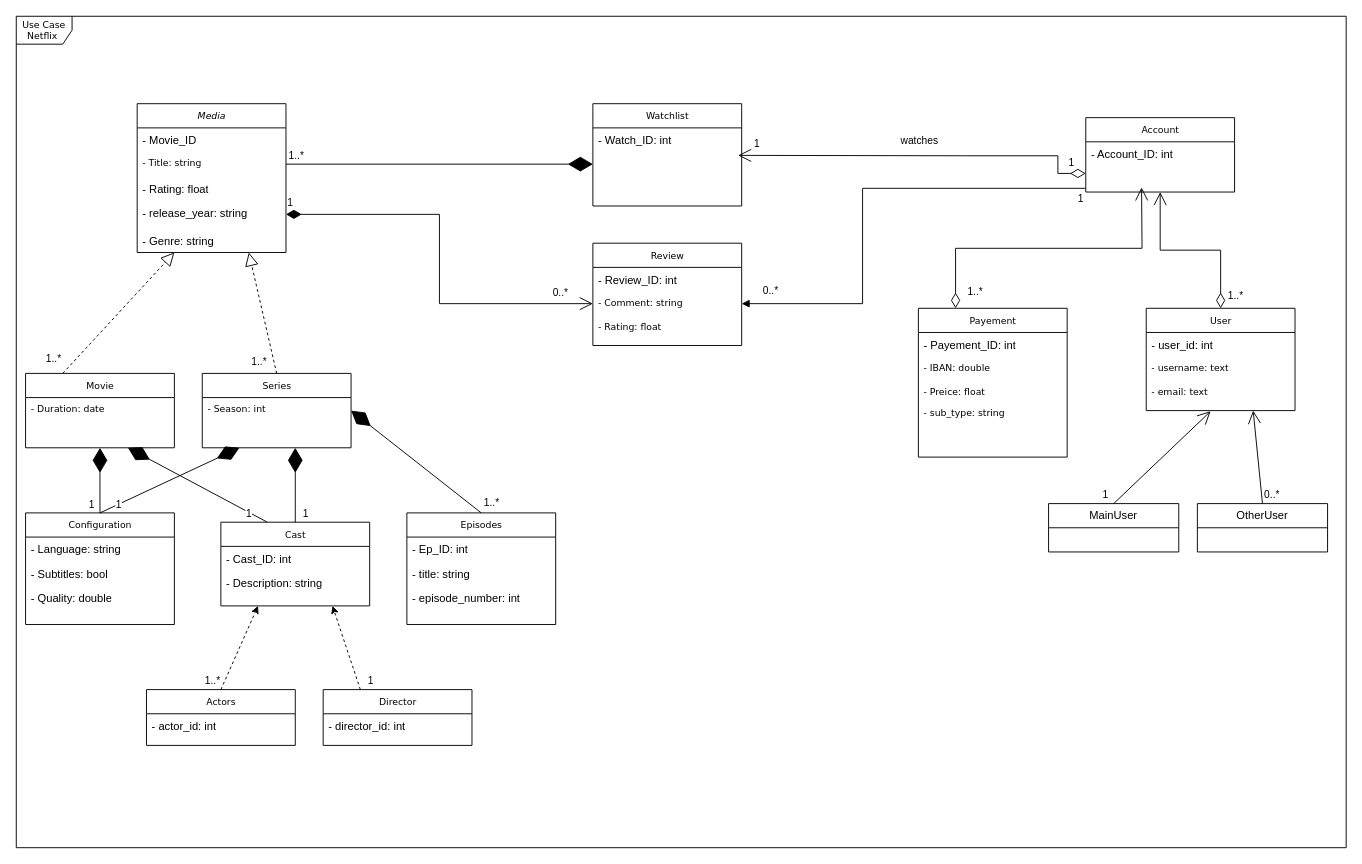
Before: draw_io/uml_data_eng_project_1.drawio in KevinGarrison/DataEngineeringProjects, a draw.io diagram. Source tidied: cells renumbered, new cells numbered last; positions are measured from the earlier drawing's top-left corner, leaving out a move shared by most shapes. Both pictures are drawn from the tidied source at 93%, with x=0, y=0 at pixel (16, 16).
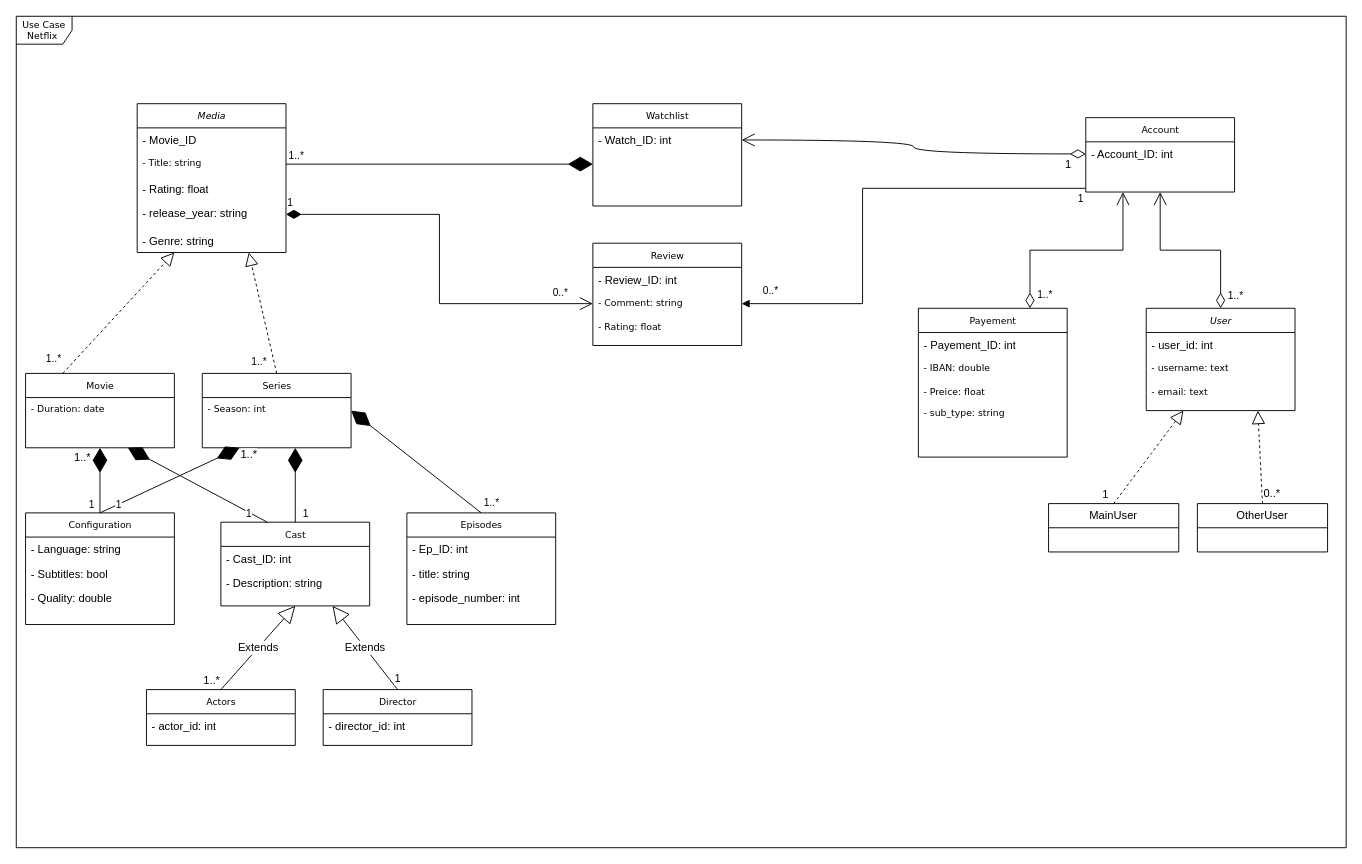
Above is the later version.

The change refers to these unchanged cells:
```xml
<mxCell id="24" value="- Watch_ID: int" style="text;html=1;strokeColor=none;fillColor=none;align=left;verticalAlign=top;spacingLeft=4;spacingRight=4;whiteSpace=wrap;overflow=hidden;points=[[0,0.5],[1,0.5]];portConstraint=eastwest;" parent="23" vertex="1">
  <mxGeometry y="26" width="160" height="26" as="geometry" />
</mxCell>
<mxCell id="27" value="Director" style="swimlane;html=1;fontStyle=0;horizontal=1;startSize=26;fillColor=none;swimlaneFillColor=#ffffff;rounded=0;shadow=0;comic=0;labelBackgroundColor=none;strokeWidth=1;fontFamily=Verdana;fontSize=10;align=center;" parent="1" vertex="1">
  <mxGeometry x="330" y="724" width="160" height="60" as="geometry" />
</mxCell>
<mxCell id="31" value="Actors" style="swimlane;html=1;fontStyle=0;horizontal=1;startSize=26;fillColor=none;swimlaneFillColor=#ffffff;rounded=0;shadow=0;comic=0;labelBackgroundColor=none;strokeWidth=1;fontFamily=Verdana;fontSize=10;align=center;" parent="1" vertex="1">
  <mxGeometry x="140" y="724" width="160" height="60" as="geometry" />
</mxCell>
<mxCell id="33" value="Cast" style="swimlane;html=1;fontStyle=0;horizontal=1;startSize=26;fillColor=none;swimlaneFillColor=#ffffff;rounded=0;shadow=0;comic=0;labelBackgroundColor=none;strokeWidth=1;fontFamily=Verdana;fontSize=10;align=center;" parent="1" vertex="1">
  <mxGeometry x="220" y="544" width="160" height="90" as="geometry" />
</mxCell>
<mxCell id="39" value="- email: text" style="text;html=1;strokeColor=none;fillColor=none;align=left;verticalAlign=top;spacingLeft=4;spacingRight=4;whiteSpace=wrap;overflow=hidden;points=[[0,0.5],[1,0.5]];portConstraint=eastwest;fontFamily=Verdana;fontSize=10;fontColor=default;fontStyle=0;labelBackgroundColor=none;" parent="36" vertex="1">
  <mxGeometry y="78" width="160" height="26" as="geometry" />
</mxCell>
<mxCell id="40" value="Payement" style="swimlane;html=1;fontStyle=0;horizontal=1;startSize=26;fillColor=none;swimlaneFillColor=#ffffff;rounded=0;shadow=0;comic=0;labelBackgroundColor=none;strokeWidth=1;fontFamily=Verdana;fontSize=10;align=center;" parent="1" vertex="1">
  <mxGeometry x="970" y="314" width="160" height="160" as="geometry" />
</mxCell>
<mxCell id="55" style="endArrow=diamondThin;endFill=1;endSize=24;html=1;rounded=0;exitX=0.5;exitY=0;exitDx=0;exitDy=0;targetPerimeterSpacing=0;entryX=0.5;entryY=1;entryDx=0;entryDy=0;" parent="1" edge="1" source="51" target="3">
  <mxGeometry relative="1" as="geometry" />
</mxCell>
<mxCell id="57" style="endArrow=diamondThin;endFill=1;endSize=24;html=1;rounded=0;exitX=0.5;exitY=0;exitDx=0;exitDy=0;targetPerimeterSpacing=0;" parent="1" edge="1" source="51">
  <mxGeometry relative="1" as="geometry">
    <mxPoint x="240" y="464" as="targetPoint" />
  </mxGeometry>
</mxCell>
<mxCell id="59" value="Account" style="swimlane;html=1;fontStyle=0;horizontal=1;startSize=26;fillColor=none;swimlaneFillColor=#ffffff;rounded=0;shadow=0;comic=0;labelBackgroundColor=none;strokeWidth=1;fontFamily=Verdana;fontSize=10;align=center;" parent="1" vertex="1">
  <mxGeometry x="1150" y="109" width="160" height="80" as="geometry" />
</mxCell>
<mxCell id="60" value="- Account_ID: int" style="text;html=1;strokeColor=none;fillColor=none;align=left;verticalAlign=top;spacingLeft=4;spacingRight=4;whiteSpace=wrap;overflow=hidden;points=[[0,0.5],[1,0.5]];portConstraint=eastwest;" parent="59" vertex="1">
  <mxGeometry y="26" width="160" height="26" as="geometry" />
</mxCell>
<mxCell id="69" value="MainUser" style="swimlane;fontStyle=0;horizontal=1;startSize=26;fillColor=none;whiteSpace=wrap;html=1;" parent="1" vertex="1">
  <mxGeometry x="1110" y="524" width="140" height="52" as="geometry" />
</mxCell>
<mxCell id="70" value="OtherUser" style="swimlane;fontStyle=0;horizontal=1;startSize=26;fillColor=none;whiteSpace=wrap;html=1;" parent="1" vertex="1">
  <mxGeometry x="1270" y="524" width="140" height="52" as="geometry" />
</mxCell>
```

Diff of the diagram source:
```diff
@@
-    <mxCell id="25" style="rounded=0;jettySize=auto;html=1;exitX=0.25;exitY=0;exitDx=0;exitDy=0;entryX=0.75;entryY=1;entryDx=0;entryDy=0;dashed=1;" parent="1" edge="1" source="27" target="33">
-      <mxGeometry relative="1" as="geometry" />
-    </mxCell>
-    <mxCell id="26" value="1" style="edgeLabel;html=1;align=center;verticalAlign=middle;" parent="25" vertex="1">
-      <mxGeometry x="-0.8" y="-3" relative="1" as="geometry">
-        <mxPoint x="10" as="offset" />
-      </mxGeometry>
-    </mxCell>
@@
-    <mxCell id="29" style="rounded=0;jettySize=auto;html=1;exitX=0.5;exitY=0;exitDx=0;exitDy=0;entryX=0.25;entryY=1;entryDx=0;entryDy=0;dashed=1;" parent="1" edge="1" source="31" target="33">
-      <mxGeometry relative="1" as="geometry" />
-    </mxCell>
-    <mxCell id="30" value="1..*" style="edgeLabel;html=1;align=center;verticalAlign=middle;" parent="29" vertex="1">
-      <mxGeometry x="-0.8" y="1" relative="1" as="geometry">
-        <mxPoint x="-13" as="offset" />
-      </mxGeometry>
-    </mxCell>
@@
-    <mxCell id="36" value="User" style="swimlane;html=1;fontStyle=0;horizontal=1;startSize=26;fillColor=none;swimlaneFillColor=#ffffff;rounded=0;shadow=0;comic=0;labelBackgroundColor=none;strokeWidth=1;fontFamily=Verdana;fontSize=10;align=center;" parent="1" vertex="1">
+    <mxCell id="36" value="&lt;i&gt;User&lt;/i&gt;" style="swimlane;html=1;fontStyle=0;horizontal=1;startSize=26;fillColor=none;swimlaneFillColor=#ffffff;rounded=0;shadow=0;comic=0;labelBackgroundColor=none;strokeWidth=1;fontFamily=Verdana;fontSize=10;align=center;" parent="1" vertex="1">
       <mxGeometry x="1215" y="314" width="160" height="110" as="geometry" />
     </mxCell>
@@
+    <mxCell id="83" value="1..*" style="edgeLabel;html=1;align=center;verticalAlign=middle;fontSize=12;" parent="55" vertex="1">
+      <mxGeometry x="0.72" y="2" relative="1" as="geometry">
+        <mxPoint x="-18" as="offset" />
+      </mxGeometry>
+    </mxCell>
@@
+    <mxCell id="84" value="1..*" style="edgeLabel;html=1;align=center;verticalAlign=middle;fontSize=12;" parent="57" vertex="1">
+      <mxGeometry x="0.86" y="-3" relative="1" as="geometry">
+        <mxPoint x="19" as="offset" />
+      </mxGeometry>
+    </mxCell>
@@
-    <mxCell id="63" style="endArrow=open;html=1;endSize=12;startArrow=diamondThin;startSize=14;startFill=0;edgeStyle=orthogonalEdgeStyle;align=left;verticalAlign=bottom;rounded=0;exitX=0.25;exitY=0;exitDx=0;exitDy=0;" parent="1" edge="1" source="40">
-      <mxGeometry x="-1" y="3" relative="1" as="geometry">
-        <mxPoint x="1210" y="184" as="targetPoint" />
-      </mxGeometry>
-    </mxCell>
-    <mxCell id="64" value="1..*" style="edgeLabel;html=1;align=center;verticalAlign=middle;" parent="63" vertex="1">
-      <mxGeometry x="-0.95" y="-1" relative="1" as="geometry">
-        <mxPoint x="19" y="-11" as="offset" />
-      </mxGeometry>
-    </mxCell>
@@
-    <mxCell id="71" style="endArrow=open;endFill=1;endSize=12;html=1;rounded=0;exitX=0.5;exitY=0;exitDx=0;exitDy=0;entryX=0.433;entryY=1.256;entryDx=0;entryDy=0;entryPerimeter=0;" parent="1" edge="1" source="69" target="39">
-      <mxGeometry relative="1" as="geometry" />
-    </mxCell>
-    <mxCell id="72" value="1" style="edgeLabel;html=1;align=center;verticalAlign=middle;" parent="71" vertex="1">
-      <mxGeometry x="-0.79" y="1" relative="1" as="geometry">
-        <mxPoint x="-20" y="1" as="offset" />
-      </mxGeometry>
-    </mxCell>
-    <mxCell id="73" style="endArrow=open;endFill=1;endSize=12;html=1;rounded=0;exitX=0.5;exitY=0;exitDx=0;exitDy=0;" parent="1" edge="1" source="70">
-      <mxGeometry relative="1" as="geometry">
-        <mxPoint x="1330" y="424" as="targetPoint" />
-      </mxGeometry>
-    </mxCell>
-    <mxCell id="74" value="0..*" style="edgeLabel;html=1;align=center;verticalAlign=middle;" parent="73" vertex="1">
-      <mxGeometry x="-0.75" relative="1" as="geometry">
-        <mxPoint x="11" y="3" as="offset" />
-      </mxGeometry>
-    </mxCell>
-    <mxCell id="75" value="watches" style="endArrow=open;html=1;endSize=12;startArrow=diamondThin;startSize=14;startFill=0;edgeStyle=orthogonalEdgeStyle;rounded=0;exitX=0;exitY=0.75;exitDx=0;exitDy=0;entryX=0.976;entryY=1.138;entryDx=0;entryDy=0;entryPerimeter=0;" parent="1" edge="1" source="59" target="24">
-      <mxGeometry x="0.01" y="-16" relative="1" as="geometry">
-        <Array as="points">
-          <mxPoint x="1120" y="169" />
-          <mxPoint x="1120" y="150" />
-          <mxPoint x="1020" y="154" />
-          <mxPoint x="965" y="150" />
-        </Array>
-      </mxGeometry>
-    </mxCell>
-    <mxCell id="76" value="1" style="edgeLabel;html=1;align=left;verticalAlign=top;" parent="75" vertex="1">
-      <mxGeometry x="-1" relative="1" as="geometry">
-        <mxPoint x="-20" y="-25" as="offset" />
-      </mxGeometry>
-    </mxCell>
-    <mxCell id="77" value="1" style="edgeLabel;html=1;align=right;verticalAlign=top;" parent="75" vertex="1">
-      <mxGeometry x="1" relative="1" as="geometry">
-        <mxPoint x="24" y="-26" as="offset" />
-      </mxGeometry>
-    </mxCell>
@@
+    <mxCell id="29" value="Extends" style="endArrow=block;endSize=16;endFill=0;html=1;rounded=0;fontSize=12;curved=1;exitX=0.5;exitY=0;exitDx=0;exitDy=0;entryX=0.5;entryY=1;entryDx=0;entryDy=0;" parent="1" edge="1" source="31" target="33">
+      <mxGeometry relative="1" as="geometry" />
+    </mxCell>
+    <mxCell id="85" value="1..*" style="edgeLabel;html=1;align=center;verticalAlign=middle;fontSize=12;" parent="29" vertex="1">
+      <mxGeometry x="-0.75" y="-1" relative="1" as="geometry">
+        <mxPoint x="-21" as="offset" />
+      </mxGeometry>
+    </mxCell>
+    <mxCell id="25" value="Extends" style="endArrow=block;endSize=16;endFill=0;html=1;rounded=0;fontSize=12;curved=1;exitX=0.5;exitY=0;exitDx=0;exitDy=0;entryX=0.75;entryY=1;entryDx=0;entryDy=0;" parent="1" edge="1" source="27" target="33">
+      <mxGeometry relative="1" as="geometry" />
+    </mxCell>
+    <mxCell id="86" value="1" style="edgeLabel;html=1;align=center;verticalAlign=middle;fontSize=12;" parent="25" vertex="1">
+      <mxGeometry x="-0.75" y="-3" relative="1" as="geometry">
+        <mxPoint x="6" as="offset" />
+      </mxGeometry>
+    </mxCell>
+    <mxCell id="87" style="endArrow=block;dashed=1;endFill=0;endSize=12;html=1;rounded=0;fontSize=12;curved=1;exitX=0.5;exitY=0;exitDx=0;exitDy=0;entryX=0.25;entryY=1;entryDx=0;entryDy=0;" parent="1" edge="1" source="69" target="36">
+      <mxGeometry relative="1" as="geometry" />
+    </mxCell>
+    <mxCell id="88" value="1" style="edgeLabel;html=1;align=center;verticalAlign=middle;fontSize=12;" parent="87" vertex="1">
+      <mxGeometry x="-0.78" y="1" relative="1" as="geometry">
+        <mxPoint x="-17" y="1" as="offset" />
+      </mxGeometry>
+    </mxCell>
+    <mxCell id="89" style="endArrow=block;dashed=1;endFill=0;endSize=12;html=1;rounded=0;fontSize=12;curved=1;exitX=0.5;exitY=0;exitDx=0;exitDy=0;entryX=0.75;entryY=1;entryDx=0;entryDy=0;" parent="1" edge="1" source="70" target="36">
+      <mxGeometry relative="1" as="geometry" />
+    </mxCell>
+    <mxCell id="74" value="0..*" style="edgeLabel;html=1;align=center;verticalAlign=middle;fontSize=12;" parent="89" vertex="1">
+      <mxGeometry x="-0.81" y="-1" relative="1" as="geometry">
+        <mxPoint x="9" y="-1" as="offset" />
+      </mxGeometry>
+    </mxCell>
+    <mxCell id="90" style="endArrow=open;html=1;endSize=12;startArrow=diamondThin;startSize=14;startFill=0;edgeStyle=orthogonalEdgeStyle;align=left;verticalAlign=bottom;rounded=0;exitX=0.75;exitY=0;exitDx=0;exitDy=0;entryX=0.25;entryY=1;entryDx=0;entryDy=0;" parent="1" edge="1" source="40" target="59">
+      <mxGeometry x="-1" y="3" relative="1" as="geometry" />
+    </mxCell>
+    <mxCell id="91" value="1..*" style="edgeLabel;html=1;align=center;verticalAlign=middle;" parent="90" vertex="1">
+      <mxGeometry x="-0.92" relative="1" as="geometry">
+        <mxPoint x="15" y="-7" as="offset" />
+      </mxGeometry>
+    </mxCell>
+    <mxCell id="92" style="endArrow=open;html=1;endSize=12;startArrow=diamondThin;startSize=14;startFill=0;edgeStyle=orthogonalEdgeStyle;align=left;verticalAlign=bottom;rounded=0;fontSize=12;curved=1;entryX=1;entryY=0.5;entryDx=0;entryDy=0;exitX=0;exitY=0.5;exitDx=0;exitDy=0;" parent="1" edge="1" source="60" target="24">
+      <mxGeometry x="-0.9" y="-14" relative="1" as="geometry" />
+    </mxCell>
+    <mxCell id="93" value="1" style="edgeLabel;html=1;align=center;verticalAlign=middle;fontSize=12;" parent="92" vertex="1">
+      <mxGeometry x="-0.92" y="-1" relative="1" as="geometry">
+        <mxPoint x="-5" y="12" as="offset" />
+      </mxGeometry>
+    </mxCell>
```
